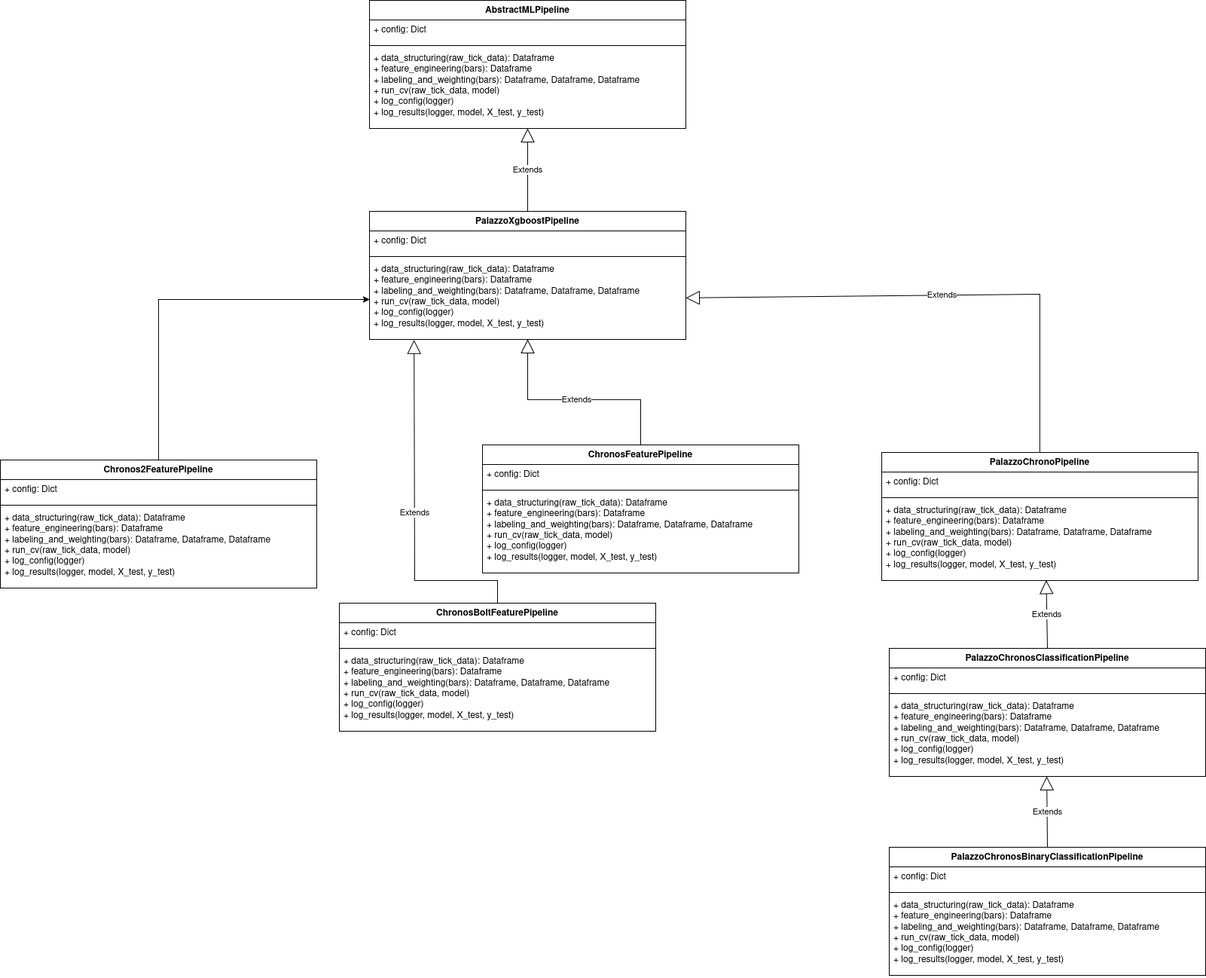
Before: Figures/ml-pipeline-flow-chronos-pipeline.drawio.png, a diagram exported from draw.io (LeoCenturion/Plantilla-para-memoria). Source tidied: cells renumbered, new cells last; positions are measured from the earlier drawing's top-left corner, leaving out a move shared by most shapes.
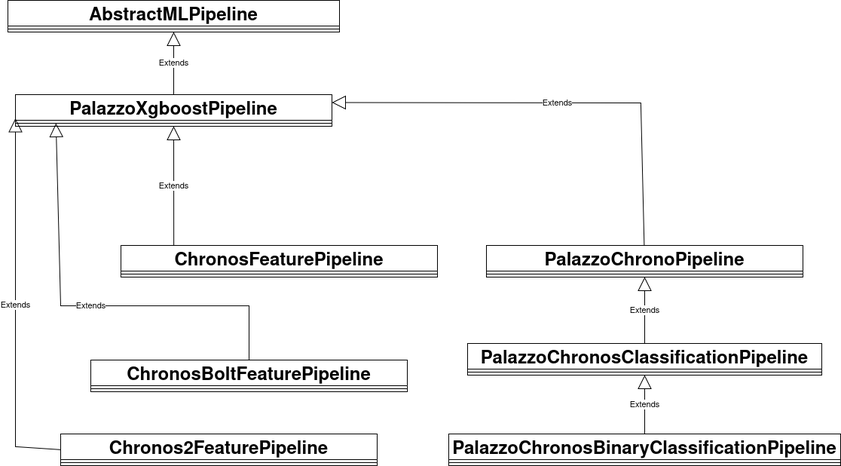
The same diagram one commit later.

Change to the diagram source:
```diff
@@ -2,138 +2,87 @@
   <root>
     <mxCell id="0" />
     <mxCell id="1" parent="0" />
-    <mxCell id="2" value="AbstractMLPipeline" style="swimlane;fontStyle=1;align=center;verticalAlign=top;horizontal=1;startSize=26;whiteSpace=wrap;html=1;" parent="1" vertex="1">
-      <mxGeometry x="490" width="420" height="170" as="geometry" />
+    <mxCell id="2" value="&lt;font style=&quot;font-size: 24px; --editable-content-color: rgb(NaN, NaN, NaN); --original-color: rgb(0, 0, 0); --original-background-color: transparent;&quot;&gt;AbstractMLPipeline&lt;/font&gt;" style="swimlane;fontStyle=1;align=center;verticalAlign=top;horizontal=1;startSize=34;whiteSpace=wrap;html=1;" parent="1" vertex="1">
+      <mxGeometry x="470" y="125" width="440" height="42" as="geometry" />
     </mxCell>
-    <mxCell id="3" value="&lt;div&gt;+ config: Dict&lt;/div&gt;&lt;div&gt;&lt;span style=&quot;white-space: pre;&quot;&gt;&#9;&lt;/span&gt;&lt;br&gt;&lt;/div&gt;" style="text;strokeColor=none;fillColor=none;align=left;verticalAlign=top;spacingLeft=4;spacingRight=4;overflow=hidden;whiteSpace=wrap;html=1;" parent="2" vertex="1">
-      <mxGeometry y="26" width="420" height="30" as="geometry" />
-    </mxCell>
     <mxCell id="4" style="line;strokeWidth=1;fillColor=none;align=left;verticalAlign=middle;spacingTop=-1;spacingLeft=3;spacingRight=3;labelPosition=right;strokeColor=inherit;" parent="2" vertex="1">
-      <mxGeometry y="56" width="420" height="8" as="geometry" />
+      <mxGeometry y="34" width="440" height="8" as="geometry" />
     </mxCell>
-    <mxCell id="5" value="&lt;div&gt;+ data_structuring(raw_tick_data): Dataframe&lt;/div&gt;&lt;div&gt;+ feature_engineering(bars): Dataframe&lt;/div&gt;&lt;div&gt;+ labeling_and_weighting(bars): Dataframe,&amp;nbsp;Dataframe,&amp;nbsp;Dataframe&lt;/div&gt;&lt;div&gt;+ run_cv(raw_tick_data, model)&lt;/div&gt;&lt;div&gt;+ log_config(logger)&lt;/div&gt;&lt;div&gt;+ log_results(logger, model, X_test, y_test)&lt;/div&gt;" style="text;strokeColor=none;fillColor=none;align=left;verticalAlign=top;spacingLeft=4;spacingRight=4;overflow=hidden;points=[[0,0.5],[1,0.5]];portConstraint=eastwest;whiteSpace=wrap;html=1;" parent="2" vertex="1">
-      <mxGeometry y="64" width="420" height="106" as="geometry" />
-    </mxCell>
-    <mxCell id="6" value="PalazzoXgboostPipeline" style="swimlane;fontStyle=1;align=center;verticalAlign=top;horizontal=1;startSize=26;whiteSpace=wrap;html=1;" parent="1" vertex="1">
-      <mxGeometry x="490" y="280" width="420" height="170" as="geometry" />
+    <mxCell id="6" value="&lt;font style=&quot;font-size: 24px; --editable-content-color: rgb(NaN, NaN, NaN); --original-color: rgb(0, 0, 0); --original-background-color: transparent;&quot;&gt;PalazzoXgboostPipeline&lt;/font&gt;" style="swimlane;fontStyle=1;align=center;verticalAlign=top;horizontal=1;startSize=34;whiteSpace=wrap;html=1;" parent="1" vertex="1">
+      <mxGeometry x="480" y="250" width="420" height="42" as="geometry" />
     </mxCell>
-    <mxCell id="7" value="&lt;div&gt;+ config: Dict&lt;/div&gt;&lt;div&gt;&lt;span style=&quot;white-space: pre;&quot;&gt;&#9;&lt;/span&gt;&lt;br&gt;&lt;/div&gt;" style="text;strokeColor=none;fillColor=none;align=left;verticalAlign=top;spacingLeft=4;spacingRight=4;overflow=hidden;whiteSpace=wrap;html=1;" parent="6" vertex="1">
-      <mxGeometry y="26" width="420" height="30" as="geometry" />
-    </mxCell>
     <mxCell id="8" style="line;strokeWidth=1;fillColor=none;align=left;verticalAlign=middle;spacingTop=-1;spacingLeft=3;spacingRight=3;labelPosition=right;points=[];portConstraint=eastwest;strokeColor=inherit;" parent="6" vertex="1">
-      <mxGeometry y="56" width="420" height="8" as="geometry" />
+      <mxGeometry y="34" width="420" height="8" as="geometry" />
     </mxCell>
-    <mxCell id="9" value="&lt;div&gt;+ data_structuring(raw_tick_data): Dataframe&lt;/div&gt;&lt;div&gt;+ feature_engineering(bars): Dataframe&lt;/div&gt;&lt;div&gt;+ labeling_and_weighting(bars): Dataframe,&amp;nbsp;Dataframe,&amp;nbsp;Dataframe&lt;/div&gt;&lt;div&gt;+ run_cv(raw_tick_data, model)&lt;/div&gt;&lt;div&gt;+ log_config(logger)&lt;/div&gt;&lt;div&gt;+ log_results(logger, model, X_test, y_test)&lt;/div&gt;" style="text;strokeColor=none;fillColor=none;align=left;verticalAlign=top;spacingLeft=4;spacingRight=4;overflow=hidden;points=[[0,0.5],[1,0.5]];portConstraint=eastwest;whiteSpace=wrap;html=1;" parent="6" vertex="1">
-      <mxGeometry y="64" width="420" height="106" as="geometry" />
-    </mxCell>
-    <mxCell id="10" value="Extends" style="endArrow=block;endSize=16;endFill=0;html=1;rounded=0;" parent="1" edge="1" source="6" target="5">
+    <mxCell id="10" value="Extends" style="endArrow=block;endSize=16;endFill=0;html=1;rounded=0;entryX=0.5;entryY=1;entryDx=0;entryDy=0;" parent="1" edge="1" source="6" target="2">
       <mxGeometry relative="1" as="geometry" />
     </mxCell>
-    <mxCell id="11" value="ChronosFeaturePipeline" style="swimlane;fontStyle=1;align=center;verticalAlign=top;horizontal=1;startSize=26;whiteSpace=wrap;html=1;" parent="1" vertex="1">
-      <mxGeometry x="640" y="590" width="420" height="170" as="geometry" />
+    <mxCell id="11" value="&lt;font style=&quot;font-size: 24px; --editable-content-color: rgb(NaN, NaN, NaN); --original-color: rgb(0, 0, 0); --original-background-color: transparent;&quot;&gt;ChronosFeaturePipeline&lt;/font&gt;" style="swimlane;fontStyle=1;align=center;verticalAlign=top;horizontal=1;startSize=34;whiteSpace=wrap;html=1;" parent="1" vertex="1">
+      <mxGeometry x="620" y="450" width="420" height="42" as="geometry" />
     </mxCell>
-    <mxCell id="12" value="&lt;div&gt;+ config: Dict&lt;/div&gt;&lt;div&gt;&lt;span style=&quot;white-space: pre;&quot;&gt;&#9;&lt;/span&gt;&lt;br&gt;&lt;/div&gt;" style="text;strokeColor=none;fillColor=none;align=left;verticalAlign=top;spacingLeft=4;spacingRight=4;overflow=hidden;whiteSpace=wrap;html=1;" parent="11" vertex="1">
-      <mxGeometry y="26" width="420" height="30" as="geometry" />
-    </mxCell>
     <mxCell id="13" style="line;strokeWidth=1;fillColor=none;align=left;verticalAlign=middle;spacingTop=-1;spacingLeft=3;spacingRight=3;labelPosition=right;strokeColor=inherit;" parent="11" vertex="1">
-      <mxGeometry y="56" width="420" height="8" as="geometry" />
+      <mxGeometry y="34" width="420" height="8" as="geometry" />
     </mxCell>
-    <mxCell id="14" value="&lt;div&gt;+ data_structuring(raw_tick_data): Dataframe&lt;/div&gt;&lt;div&gt;+ feature_engineering(bars): Dataframe&lt;/div&gt;&lt;div&gt;+ labeling_and_weighting(bars): Dataframe,&amp;nbsp;Dataframe,&amp;nbsp;Dataframe&lt;/div&gt;&lt;div&gt;+ run_cv(raw_tick_data, model)&lt;/div&gt;&lt;div&gt;+ log_config(logger)&lt;/div&gt;&lt;div&gt;+ log_results(logger, model, X_test, y_test)&lt;/div&gt;" style="text;strokeColor=none;fillColor=none;align=left;verticalAlign=top;spacingLeft=4;spacingRight=4;overflow=hidden;whiteSpace=wrap;html=1;" parent="11" vertex="1">
-      <mxGeometry y="64" width="420" height="106" as="geometry" />
-    </mxCell>
-    <mxCell id="15" value="ChronosBoltFeaturePipeline" style="swimlane;fontStyle=1;align=center;verticalAlign=top;horizontal=1;startSize=26;whiteSpace=wrap;html=1;" parent="1" vertex="1">
-      <mxGeometry x="450" y="800" width="420" height="170" as="geometry" />
+    <mxCell id="15" value="&lt;font style=&quot;font-size: 24px; --editable-content-color: rgb(NaN, NaN, NaN); --original-color: rgb(0, 0, 0); --original-background-color: transparent;&quot;&gt;ChronosBoltFeaturePipeline&lt;/font&gt;" style="swimlane;fontStyle=1;align=center;verticalAlign=top;horizontal=1;startSize=34;whiteSpace=wrap;html=1;" parent="1" vertex="1">
+      <mxGeometry x="580" y="602" width="420" height="42" as="geometry" />
     </mxCell>
-    <mxCell id="16" value="&lt;div&gt;+ config: Dict&lt;/div&gt;&lt;div&gt;&lt;span style=&quot;white-space: pre;&quot;&gt;&#9;&lt;/span&gt;&lt;br&gt;&lt;/div&gt;" style="text;strokeColor=none;fillColor=none;align=left;verticalAlign=top;spacingLeft=4;spacingRight=4;overflow=hidden;whiteSpace=wrap;html=1;" parent="15" vertex="1">
-      <mxGeometry y="26" width="420" height="30" as="geometry" />
-    </mxCell>
     <mxCell id="17" style="line;strokeWidth=1;fillColor=none;align=left;verticalAlign=middle;spacingTop=-1;spacingLeft=3;spacingRight=3;labelPosition=right;strokeColor=inherit;" parent="15" vertex="1">
-      <mxGeometry y="56" width="420" height="8" as="geometry" />
+      <mxGeometry y="34" width="420" height="8" as="geometry" />
     </mxCell>
-    <mxCell id="18" value="&lt;div&gt;+ data_structuring(raw_tick_data): Dataframe&lt;/div&gt;&lt;div&gt;+ feature_engineering(bars): Dataframe&lt;/div&gt;&lt;div&gt;+ labeling_and_weighting(bars): Dataframe,&amp;nbsp;Dataframe,&amp;nbsp;Dataframe&lt;/div&gt;&lt;div&gt;+ run_cv(raw_tick_data, model)&lt;/div&gt;&lt;div&gt;+ log_config(logger)&lt;/div&gt;&lt;div&gt;+ log_results(logger, model, X_test, y_test)&lt;/div&gt;" style="text;strokeColor=none;fillColor=none;align=left;verticalAlign=top;spacingLeft=4;spacingRight=4;overflow=hidden;whiteSpace=wrap;html=1;" parent="15" vertex="1">
-      <mxGeometry y="64" width="420" height="106" as="geometry" />
-    </mxCell>
-    <mxCell id="19" value="PalazzoChronosClassificationPipeline" style="swimlane;fontStyle=1;align=center;verticalAlign=top;horizontal=1;startSize=26;whiteSpace=wrap;html=1;" parent="1" vertex="1">
-      <mxGeometry x="1180" y="860" width="420" height="170" as="geometry" />
+    <mxCell id="19" value="&lt;font style=&quot;font-size: 24px; --editable-content-color: rgb(NaN, NaN, NaN); --original-color: rgb(0, 0, 0); --original-background-color: transparent;&quot;&gt;PalazzoChronosClassificationPipeline&lt;/font&gt;" style="swimlane;fontStyle=1;align=center;verticalAlign=top;horizontal=1;startSize=34;whiteSpace=wrap;html=1;" parent="1" vertex="1">
+      <mxGeometry x="1080" y="580" width="470" height="42" as="geometry" />
     </mxCell>
-    <mxCell id="20" value="&lt;div&gt;+ config: Dict&lt;/div&gt;&lt;div&gt;&lt;span style=&quot;white-space: pre;&quot;&gt;&#9;&lt;/span&gt;&lt;br&gt;&lt;/div&gt;" style="text;strokeColor=none;fillColor=none;align=left;verticalAlign=top;spacingLeft=4;spacingRight=4;overflow=hidden;whiteSpace=wrap;html=1;" parent="19" vertex="1">
-      <mxGeometry y="26" width="420" height="30" as="geometry" />
-    </mxCell>
     <mxCell id="21" style="line;strokeWidth=1;fillColor=none;align=left;verticalAlign=middle;spacingTop=-1;spacingLeft=3;spacingRight=3;labelPosition=right;strokeColor=inherit;" parent="19" vertex="1">
-      <mxGeometry y="56" width="420" height="8" as="geometry" />
+      <mxGeometry y="34" width="470" height="8" as="geometry" />
     </mxCell>
-    <mxCell id="22" value="&lt;div&gt;+ data_structuring(raw_tick_data): Dataframe&lt;/div&gt;&lt;div&gt;+ feature_engineering(bars): Dataframe&lt;/div&gt;&lt;div&gt;+ labeling_and_weighting(bars): Dataframe,&amp;nbsp;Dataframe,&amp;nbsp;Dataframe&lt;/div&gt;&lt;div&gt;+ run_cv(raw_tick_data, model)&lt;/div&gt;&lt;div&gt;+ log_config(logger)&lt;/div&gt;&lt;div&gt;+ log_results(logger, model, X_test, y_test)&lt;/div&gt;" style="text;strokeColor=none;fillColor=none;align=left;verticalAlign=top;spacingLeft=4;spacingRight=4;overflow=hidden;whiteSpace=wrap;html=1;" parent="19" vertex="1">
-      <mxGeometry y="64" width="420" height="106" as="geometry" />
-    </mxCell>
-    <mxCell id="23" value="PalazzoChronoPipeline" style="swimlane;fontStyle=1;align=center;verticalAlign=top;horizontal=1;startSize=26;whiteSpace=wrap;html=1;" parent="1" vertex="1">
-      <mxGeometry x="1170" y="600" width="420" height="170" as="geometry" />
+    <mxCell id="23" value="&lt;font style=&quot;font-size: 24px; --editable-content-color: rgb(NaN, NaN, NaN); --original-color: rgb(0, 0, 0); --original-background-color: transparent;&quot;&gt;PalazzoChronoPipeline&lt;/font&gt;" style="swimlane;fontStyle=1;align=center;verticalAlign=top;horizontal=1;startSize=34;whiteSpace=wrap;html=1;" parent="1" vertex="1">
+      <mxGeometry x="1105" y="450" width="420" height="42" as="geometry" />
     </mxCell>
-    <mxCell id="24" value="&lt;div&gt;+ config: Dict&lt;/div&gt;&lt;div&gt;&lt;span style=&quot;white-space: pre;&quot;&gt;&#9;&lt;/span&gt;&lt;br&gt;&lt;/div&gt;" style="text;strokeColor=none;fillColor=none;align=left;verticalAlign=top;spacingLeft=4;spacingRight=4;overflow=hidden;whiteSpace=wrap;html=1;" parent="23" vertex="1">
-      <mxGeometry y="26" width="420" height="30" as="geometry" />
-    </mxCell>
     <mxCell id="25" style="line;strokeWidth=1;fillColor=none;align=left;verticalAlign=middle;spacingTop=-1;spacingLeft=3;spacingRight=3;labelPosition=right;strokeColor=inherit;" parent="23" vertex="1">
-      <mxGeometry y="56" width="420" height="8" as="geometry" />
+      <mxGeometry y="34" width="420" height="8" as="geometry" />
     </mxCell>
-    <mxCell id="26" value="&lt;div&gt;+ data_structuring(raw_tick_data): Dataframe&lt;/div&gt;&lt;div&gt;+ feature_engineering(bars): Dataframe&lt;/div&gt;&lt;div&gt;+ labeling_and_weighting(bars): Dataframe,&amp;nbsp;Dataframe,&amp;nbsp;Dataframe&lt;/div&gt;&lt;div&gt;+ run_cv(raw_tick_data, model)&lt;/div&gt;&lt;div&gt;+ log_config(logger)&lt;/div&gt;&lt;div&gt;+ log_results(logger, model, X_test, y_test)&lt;/div&gt;" style="text;strokeColor=none;fillColor=none;align=left;verticalAlign=top;spacingLeft=4;spacingRight=4;overflow=hidden;points=[[0,0.5],[1,0.5]];portConstraint=eastwest;whiteSpace=wrap;html=1;" parent="23" vertex="1">
-      <mxGeometry y="64" width="420" height="106" as="geometry" />
-    </mxCell>
-    <mxCell id="27" value="PalazzoChronosBinaryClassificationPipeline" style="swimlane;fontStyle=1;align=center;verticalAlign=top;horizontal=1;startSize=26;whiteSpace=wrap;html=1;" parent="1" vertex="1">
-      <mxGeometry x="1180" y="1124" width="420" height="170" as="geometry" />
+    <mxCell id="27" value="&lt;font style=&quot;font-size: 24px; --editable-content-color: rgb(NaN, NaN, NaN); --original-color: rgb(0, 0, 0); --original-background-color: transparent;&quot;&gt;PalazzoChronosBinaryClassificationPipeline&lt;/font&gt;" style="swimlane;fontStyle=1;align=center;verticalAlign=top;horizontal=1;startSize=34;whiteSpace=wrap;html=1;" parent="1" vertex="1">
+      <mxGeometry x="1055" y="700" width="520" height="42" as="geometry" />
     </mxCell>
-    <mxCell id="28" value="&lt;div&gt;+ config: Dict&lt;/div&gt;&lt;div&gt;&lt;span style=&quot;white-space: pre;&quot;&gt;&#9;&lt;/span&gt;&lt;br&gt;&lt;/div&gt;" style="text;strokeColor=none;fillColor=none;align=left;verticalAlign=top;spacingLeft=4;spacingRight=4;overflow=hidden;whiteSpace=wrap;html=1;" parent="27" vertex="1">
-      <mxGeometry y="26" width="420" height="30" as="geometry" />
-    </mxCell>
     <mxCell id="29" style="line;strokeWidth=1;fillColor=none;align=left;verticalAlign=middle;spacingTop=-1;spacingLeft=3;spacingRight=3;labelPosition=right;strokeColor=inherit;" parent="27" vertex="1">
-      <mxGeometry y="56" width="420" height="8" as="geometry" />
+      <mxGeometry y="34" width="520" height="8" as="geometry" />
     </mxCell>
-    <mxCell id="30" value="&lt;div&gt;+ data_structuring(raw_tick_data): Dataframe&lt;/div&gt;&lt;div&gt;+ feature_engineering(bars): Dataframe&lt;/div&gt;&lt;div&gt;+ labeling_and_weighting(bars): Dataframe,&amp;nbsp;Dataframe,&amp;nbsp;Dataframe&lt;/div&gt;&lt;div&gt;+ run_cv(raw_tick_data, model)&lt;/div&gt;&lt;div&gt;+ log_config(logger)&lt;/div&gt;&lt;div&gt;+ log_results(logger, model, X_test, y_test)&lt;/div&gt;" style="text;strokeColor=none;fillColor=none;align=left;verticalAlign=top;spacingLeft=4;spacingRight=4;overflow=hidden;whiteSpace=wrap;html=1;" parent="27" vertex="1">
-      <mxGeometry y="64" width="420" height="106" as="geometry" />
-    </mxCell>
-    <mxCell id="31" value="Extends" style="endArrow=block;endSize=16;endFill=0;html=1;rounded=0;exitX=0.5;exitY=0;exitDx=0;exitDy=0;entryX=0.141;entryY=1.006;entryDx=0;entryDy=0;entryPerimeter=0;" parent="1" edge="1" source="15" target="9">
+    <mxCell id="31" value="Extends" style="endArrow=block;endSize=16;endFill=0;html=1;rounded=0;exitX=0.5;exitY=0;exitDx=0;exitDy=0;entryX=0.128;entryY=0.475;entryDx=0;entryDy=0;entryPerimeter=0;" parent="1" edge="1" source="15" target="8">
       <mxGeometry relative="1" as="geometry">
         <Array as="points">
-          <mxPoint x="660" y="770" />
-          <mxPoint x="550" y="770" />
+          <mxPoint x="790" y="530" />
+          <mxPoint x="540" y="530" />
         </Array>
       </mxGeometry>
     </mxCell>
-    <mxCell id="32" value="Extends" style="endArrow=block;endSize=16;endFill=0;html=1;rounded=0;exitX=0.5;exitY=0;exitDx=0;exitDy=0;" parent="1" edge="1" source="11" target="9">
-      <mxGeometry relative="1" as="geometry">
-        <Array as="points">
-          <mxPoint x="850" y="530" />
-          <mxPoint x="700" y="530" />
-        </Array>
-      </mxGeometry>
-    </mxCell>
-    <mxCell id="33" value="Extends" style="endArrow=block;endSize=16;endFill=0;html=1;rounded=0;" parent="1" edge="1" source="23" target="9">
+    <mxCell id="33" value="Extends" style="endArrow=block;endSize=16;endFill=0;html=1;rounded=0;entryX=1;entryY=0.25;entryDx=0;entryDy=0;" parent="1" edge="1" source="23" target="6">
       <mxGeometry relative="1" as="geometry">
         <Array as="points">
-          <mxPoint x="1380" y="390" />
+          <mxPoint x="1310" y="261" />
         </Array>
       </mxGeometry>
     </mxCell>
-    <mxCell id="34" value="Extends" style="endArrow=block;endSize=16;endFill=0;html=1;rounded=0;exitX=0.5;exitY=0;exitDx=0;exitDy=0;entryX=0.52;entryY=0.993;entryDx=0;entryDy=0;entryPerimeter=0;" parent="1" edge="1" source="19" target="26">
+    <mxCell id="34" value="Extends" style="endArrow=block;endSize=16;endFill=0;html=1;rounded=0;exitX=0.5;exitY=0;exitDx=0;exitDy=0;" parent="1" edge="1" source="19" target="23">
       <mxGeometry relative="1" as="geometry" />
     </mxCell>
-    <mxCell id="35" value="Extends" style="endArrow=block;endSize=16;endFill=0;html=1;rounded=0;exitX=0.5;exitY=0;exitDx=0;exitDy=0;" parent="1" edge="1" source="27">
-      <mxGeometry relative="1" as="geometry">
-        <mxPoint x="1389.1" y="1030" as="targetPoint" />
-      </mxGeometry>
+    <mxCell id="35" value="Extends" style="endArrow=block;endSize=16;endFill=0;html=1;rounded=0;exitX=0.5;exitY=0;exitDx=0;exitDy=0;" parent="1" edge="1" source="27" target="19">
+      <mxGeometry relative="1" as="geometry" />
     </mxCell>
-    <mxCell id="36" style="edgeStyle=orthogonalEdgeStyle;rounded=0;jettySize=auto;html=1;" parent="1" edge="1" source="37" target="9">
-      <mxGeometry relative="1" as="geometry" />
-    </mxCell>
-    <mxCell id="37" value="Chronos2FeaturePipeline" style="swimlane;fontStyle=1;align=center;verticalAlign=top;horizontal=1;startSize=26;whiteSpace=wrap;html=1;" parent="1" vertex="1">
-      <mxGeometry y="610" width="420" height="170" as="geometry" />
+    <mxCell id="37" value="&lt;font style=&quot;font-size: 24px; --editable-content-color: rgb(NaN, NaN, NaN); --original-color: rgb(0, 0, 0); --original-background-color: transparent;&quot;&gt;Chronos2FeaturePipeline&lt;/font&gt;" style="swimlane;fontStyle=1;align=center;verticalAlign=top;horizontal=1;startSize=34;whiteSpace=wrap;html=1;" parent="1" vertex="1">
+      <mxGeometry x="540" y="700" width="420" height="42" as="geometry" />
     </mxCell>
-    <mxCell id="38" value="&lt;div&gt;+ config: Dict&lt;/div&gt;&lt;div&gt;&lt;span style=&quot;white-space: pre;&quot;&gt;&#9;&lt;/span&gt;&lt;br&gt;&lt;/div&gt;" style="text;strokeColor=none;fillColor=none;align=left;verticalAlign=top;spacingLeft=4;spacingRight=4;overflow=hidden;whiteSpace=wrap;html=1;" parent="37" vertex="1">
-      <mxGeometry y="26" width="420" height="30" as="geometry" />
-    </mxCell>
     <mxCell id="39" style="line;strokeWidth=1;fillColor=none;align=left;verticalAlign=middle;spacingTop=-1;spacingLeft=3;spacingRight=3;labelPosition=right;strokeColor=inherit;" parent="37" vertex="1">
-      <mxGeometry y="56" width="420" height="8" as="geometry" />
+      <mxGeometry y="34" width="420" height="8" as="geometry" />
     </mxCell>
-    <mxCell id="40" value="&lt;div&gt;+ data_structuring(raw_tick_data): Dataframe&lt;/div&gt;&lt;div&gt;+ feature_engineering(bars): Dataframe&lt;/div&gt;&lt;div&gt;+ labeling_and_weighting(bars): Dataframe,&amp;nbsp;Dataframe,&amp;nbsp;Dataframe&lt;/div&gt;&lt;div&gt;+ run_cv(raw_tick_data, model)&lt;/div&gt;&lt;div&gt;+ log_config(logger)&lt;/div&gt;&lt;div&gt;+ log_results(logger, model, X_test, y_test)&lt;/div&gt;" style="text;strokeColor=none;fillColor=none;align=left;verticalAlign=top;spacingLeft=4;spacingRight=4;overflow=hidden;whiteSpace=wrap;html=1;" parent="37" vertex="1">
-      <mxGeometry y="64" width="420" height="106" as="geometry" />
-    </mxCell>
+    <mxCell id="41" value="Extends" style="endArrow=block;endSize=16;endFill=0;html=1;rounded=0;exitX=0.167;exitY=0;exitDx=0;exitDy=0;exitPerimeter=0;" parent="1" edge="1" source="11" target="6">
+      <mxGeometry relative="1" as="geometry" />
+    </mxCell>
+    <mxCell id="42" value="Extends" style="endArrow=block;endSize=16;endFill=0;html=1;rounded=0;exitX=0;exitY=0.5;exitDx=0;exitDy=0;entryX=0;entryY=0.75;entryDx=0;entryDy=0;" parent="1" edge="1" source="37" target="6">
+      <mxGeometry relative="1" as="geometry">
+        <Array as="points">
+          <mxPoint x="480" y="717" />
+        </Array>
+      </mxGeometry>
+    </mxCell>
   </root>
 </mxGraphModel>
```
